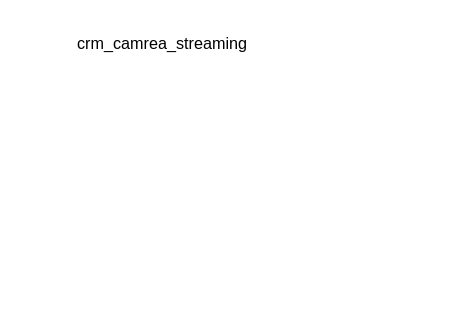
JaeHyeon774/NEWTIL keeps this draw.io diagram as 제목 없는 다이어그램.drawio. Above is the earlier version. Source tidied: cells renumbered, new cells numbered last; positions are measured from the earlier drawing's top-left corner, leaving out a move shared by most shapes. Both pictures are drawn from the tidied source at 135%, with x=0, y=0 at pixel (55, 23).
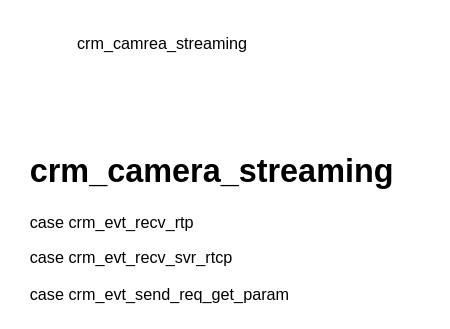
Above is the later version.

Commit message (it also covers changes not shown here):
제목 없는 다이어그램.drawio 업데이트

Diff of the diagram source:
```diff
@@
 <mxGraphModel>
   <root>
     <mxCell id="0" />
     <mxCell id="1" parent="0" />
     <mxCell id="2" value="crm_camrea_streaming" style="text;html=1;strokeColor=none;fillColor=none;align=center;verticalAlign=middle;whiteSpace=wrap;rounded=0;" parent="1" vertex="1">
       <mxGeometry width="158" height="30" as="geometry" />
     </mxCell>
+    <mxCell id="3" value="&lt;h1&gt;crm_camera_streaming&lt;/h1&gt;&lt;p&gt;case crm_evt_recv_rtp&lt;/p&gt;&lt;p&gt;case crm_evt_recv_svr_rtcp&lt;/p&gt;&lt;p&gt;case crm_evt_send_req_get_param&lt;/p&gt;" style="text;html=1;strokeColor=none;fillColor=none;spacing=5;spacingTop=-20;whiteSpace=wrap;overflow=hidden;rounded=0;" parent="1" vertex="1">
+      <mxGeometry x="-24" y="90" width="299" height="120" as="geometry" />
+    </mxCell>
   </root>
 </mxGraphModel>
```
